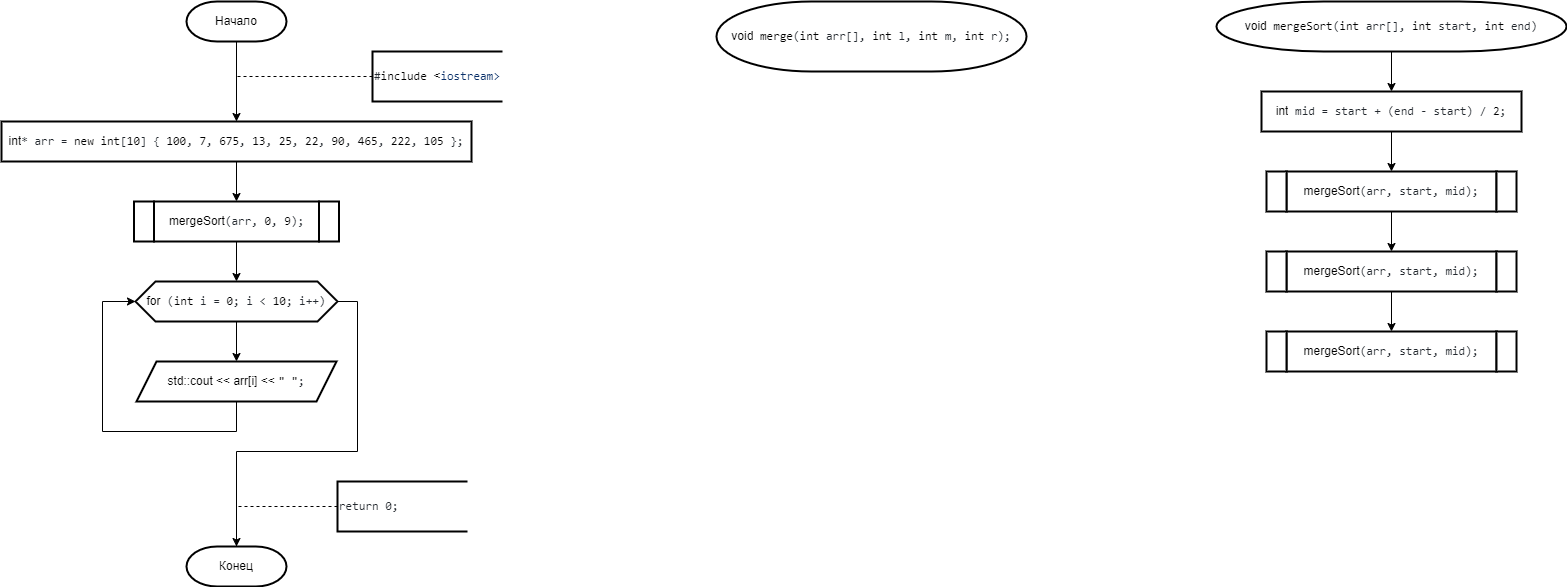
Above: 2 Семестр/Labs/№9 Сложные сортировки быстрая (Хоара), слиянием, подсчетом, блочная, Шелла/Слиянием.png in IlyaFedoseev227/LABS-PNRPU-IVT-22-1b (draw.io), before the change. Source tidied: cells renumbered, new cells last; positions are measured from the earlier drawing's top-left corner, leaving out a move shared by most shapes.
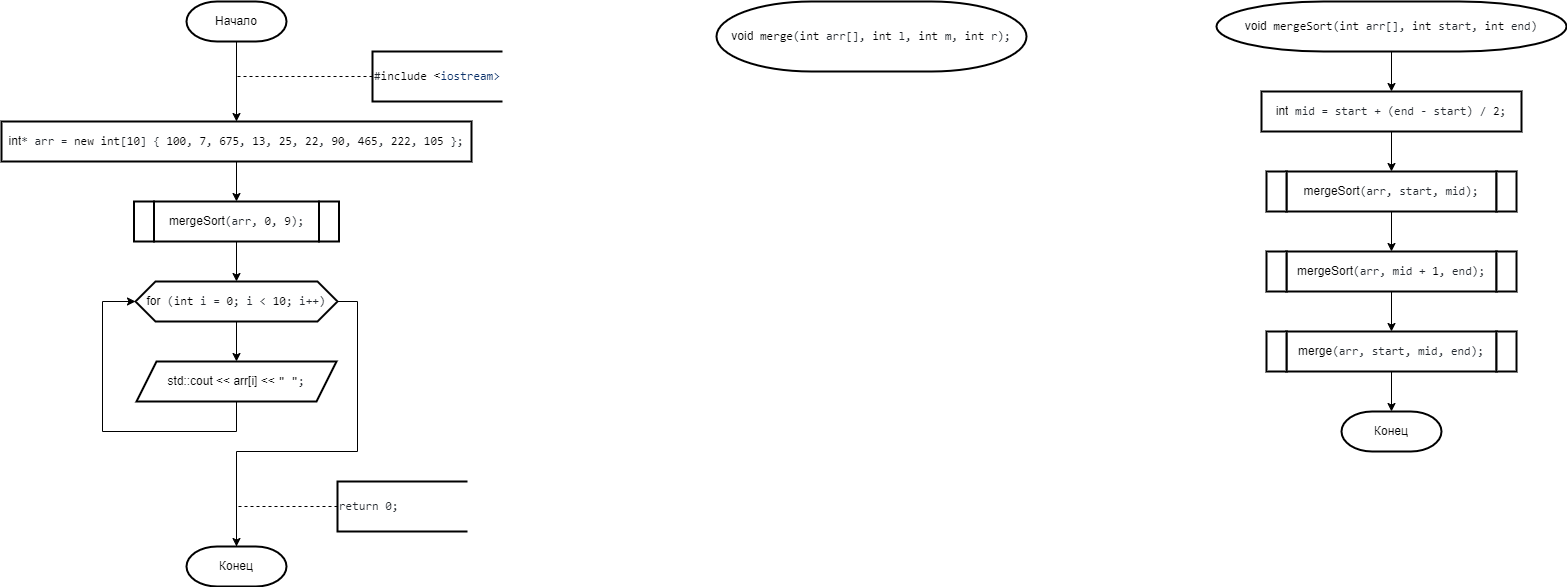
After the change.

The edit, as a diff of the source:
```diff
@@ -106,7 +106,7 @@
     <mxCell id="29" style="edgeStyle=orthogonalEdgeStyle;rounded=0;jettySize=auto;html=1;exitX=0.5;exitY=1;exitDx=0;exitDy=0;entryX=0.5;entryY=0;entryDx=0;entryDy=0;" parent="1" edge="1" source="30" target="33">
       <mxGeometry relative="1" as="geometry" />
     </mxCell>
-    <mxCell id="30" value="&lt;div style=&quot;text-align: start;&quot;&gt;mergeSort&lt;span style=&quot;color: rgb(36, 41, 47); font-family: ui-monospace, SFMono-Regular, &amp;quot;SF Mono&amp;quot;, Menlo, Consolas, &amp;quot;Liberation Mono&amp;quot;, monospace; background-color: rgb(255, 255, 255);&quot;&gt;(arr, start, mid);&lt;/span&gt;&lt;br&gt;&lt;/div&gt;" style="shape=parallelogram;perimeter=parallelogramPerimeter;whiteSpace=wrap;html=1;fixedSize=1;strokeWidth=2;size=-6;" parent="1" vertex="1">
+    <mxCell id="30" value="&lt;div style=&quot;text-align: start;&quot;&gt;mergeSort&lt;span style=&quot;color: rgb(36, 41, 47); font-family: ui-monospace, SFMono-Regular, &amp;quot;SF Mono&amp;quot;, Menlo, Consolas, &amp;quot;Liberation Mono&amp;quot;, monospace; background-color: rgb(255, 255, 255);&quot;&gt;(arr, mid + &lt;/span&gt;&lt;span style=&quot;box-sizing: border-box; color: var(--color-prettylights-syntax-constant); font-family: ui-monospace, SFMono-Regular, &amp;quot;SF Mono&amp;quot;, Menlo, Consolas, &amp;quot;Liberation Mono&amp;quot;, monospace; background-color: rgb(255, 255, 255);&quot; class=&quot;pl-c1&quot;&gt;1&lt;/span&gt;&lt;span style=&quot;color: rgb(36, 41, 47); font-family: ui-monospace, SFMono-Regular, &amp;quot;SF Mono&amp;quot;, Menlo, Consolas, &amp;quot;Liberation Mono&amp;quot;, monospace; background-color: rgb(255, 255, 255);&quot;&gt;, end);&lt;/span&gt;&lt;br&gt;&lt;/div&gt;" style="shape=parallelogram;perimeter=parallelogramPerimeter;whiteSpace=wrap;html=1;fixedSize=1;strokeWidth=2;size=-6;" parent="1" vertex="1">
       <mxGeometry x="1285" y="250" width="210" height="40" as="geometry" />
     </mxCell>
     <mxCell id="31" value="&lt;div style=&quot;text-align: start;&quot;&gt;&lt;br&gt;&lt;/div&gt;" style="shape=parallelogram;perimeter=parallelogramPerimeter;whiteSpace=wrap;html=1;fixedSize=1;strokeWidth=2;size=-6;" parent="1" vertex="1">
@@ -115,7 +115,10 @@
     <mxCell id="32" value="&lt;div style=&quot;text-align: start;&quot;&gt;&lt;br&gt;&lt;/div&gt;" style="shape=parallelogram;perimeter=parallelogramPerimeter;whiteSpace=wrap;html=1;fixedSize=1;strokeWidth=2;size=-6;" parent="1" vertex="1">
       <mxGeometry x="1265" y="250" width="20" height="40" as="geometry" />
     </mxCell>
+    <mxCell id="36" style="edgeStyle=orthogonalEdgeStyle;rounded=0;jettySize=auto;html=1;exitX=0.5;exitY=1;exitDx=0;exitDy=0;entryX=0.5;entryY=0;entryDx=0;entryDy=0;entryPerimeter=0;" parent="1" edge="1" source="33" target="37">
+      <mxGeometry relative="1" as="geometry" />
+    </mxCell>
-    <mxCell id="33" value="&lt;div style=&quot;text-align: start;&quot;&gt;mergeSort&lt;span style=&quot;color: rgb(36, 41, 47); font-family: ui-monospace, SFMono-Regular, &amp;quot;SF Mono&amp;quot;, Menlo, Consolas, &amp;quot;Liberation Mono&amp;quot;, monospace; background-color: rgb(255, 255, 255);&quot;&gt;(arr, start, mid);&lt;/span&gt;&lt;br&gt;&lt;/div&gt;" style="shape=parallelogram;perimeter=parallelogramPerimeter;whiteSpace=wrap;html=1;fixedSize=1;strokeWidth=2;size=-6;" parent="1" vertex="1">
+    <mxCell id="33" value="&lt;div style=&quot;text-align: start;&quot;&gt;merge&lt;span style=&quot;color: rgb(36, 41, 47); font-family: ui-monospace, SFMono-Regular, &amp;quot;SF Mono&amp;quot;, Menlo, Consolas, &amp;quot;Liberation Mono&amp;quot;, monospace; background-color: rgb(255, 255, 255);&quot;&gt;(arr, start, mid, end);&lt;/span&gt;&lt;br&gt;&lt;/div&gt;" style="shape=parallelogram;perimeter=parallelogramPerimeter;whiteSpace=wrap;html=1;fixedSize=1;strokeWidth=2;size=-6;" parent="1" vertex="1">
       <mxGeometry x="1285" y="330" width="210" height="40" as="geometry" />
     </mxCell>
     <mxCell id="34" value="&lt;div style=&quot;text-align: start;&quot;&gt;&lt;br&gt;&lt;/div&gt;" style="shape=parallelogram;perimeter=parallelogramPerimeter;whiteSpace=wrap;html=1;fixedSize=1;strokeWidth=2;size=-6;" parent="1" vertex="1">
@@ -124,5 +127,8 @@
     <mxCell id="35" value="&lt;div style=&quot;text-align: start;&quot;&gt;&lt;br&gt;&lt;/div&gt;" style="shape=parallelogram;perimeter=parallelogramPerimeter;whiteSpace=wrap;html=1;fixedSize=1;strokeWidth=2;size=-6;" parent="1" vertex="1">
       <mxGeometry x="1265" y="330" width="20" height="40" as="geometry" />
     </mxCell>
+    <mxCell id="37" value="Конец" style="strokeWidth=2;html=1;shape=mxgraph.flowchart.terminator;whiteSpace=wrap;" parent="1" vertex="1">
+      <mxGeometry x="1340" y="410" width="100" height="40" as="geometry" />
+    </mxCell>
   </root>
 </mxGraphModel>
```
